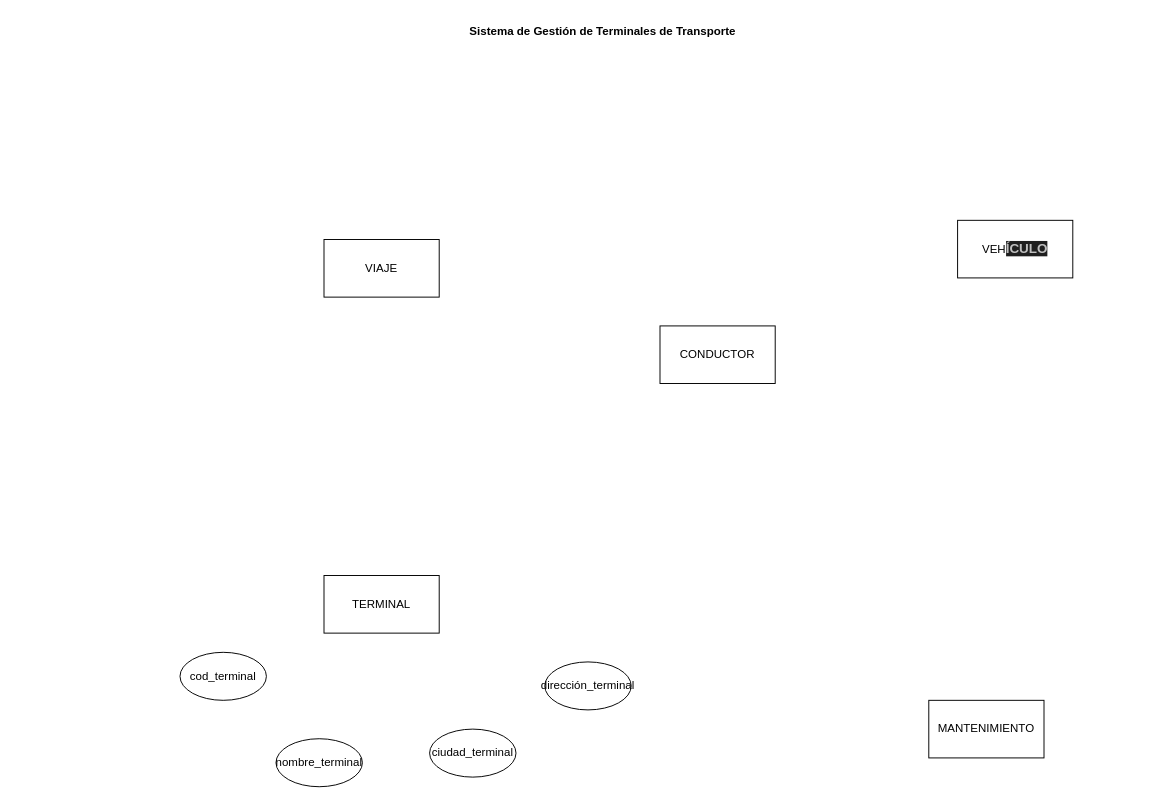
The draw.io diagram grafo.drawio in Vladimirjon/Proyecto_BDD, before the edit. Source tidied: cells renumbered, new cells numbered last; positions are measured from the earlier drawing's top-left corner, leaving out a move shared by most shapes. Both pictures are drawn from the tidied source at 96%, with x=0, y=0 at pixel (180, 16).
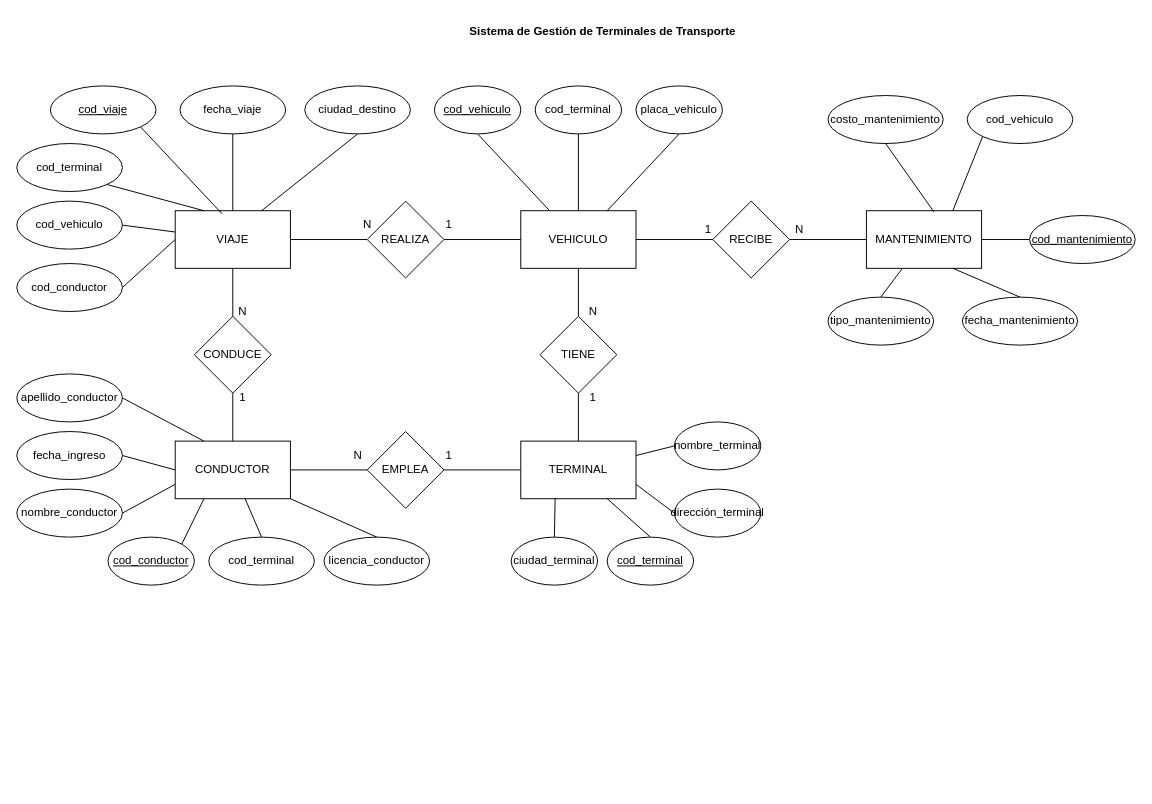
The same page after the edit.

Commit message:
Design terminal de buses, falta FK

The edit, as a diff of the source:
```diff
@@
+    <mxCell id="12" style="edgeStyle=none;html=1;exitX=0.5;exitY=1;exitDx=0;exitDy=0;entryX=0.5;entryY=0;entryDx=0;entryDy=0;endArrow=none;endFill=0;" parent="1" edge="1" source="3" target="59">
+      <mxGeometry relative="1" as="geometry" />
+    </mxCell>
+    <mxCell id="13" style="edgeStyle=none;html=1;exitX=1;exitY=0.5;exitDx=0;exitDy=0;entryX=0;entryY=0.5;entryDx=0;entryDy=0;endArrow=none;endFill=0;" parent="1" edge="1" source="3" target="61">
+      <mxGeometry relative="1" as="geometry" />
+    </mxCell>
-    <mxCell id="3" value="VEH&lt;span style=&quot;font-weight: bold; color: rgb(191, 191, 191); font-family: Arial, sans-serif; font-size: 14px; text-align: start; background-color: rgb(31, 31, 31);&quot;&gt;ÍCULO&lt;/span&gt;" style="rounded=0;whiteSpace=wrap;html=1;" parent="1" vertex="1">
-      <mxGeometry x="810" y="212" width="120" height="60" as="geometry" />
+    <mxCell id="3" value="VEHICULO" style="rounded=0;whiteSpace=wrap;html=1;" parent="1" vertex="1">
+      <mxGeometry x="355" y="202" width="120" height="60" as="geometry" />
     </mxCell>
+    <mxCell id="14" style="edgeStyle=none;html=1;exitX=0.5;exitY=0;exitDx=0;exitDy=0;entryX=0.5;entryY=1;entryDx=0;entryDy=0;endArrow=none;endFill=0;" parent="1" edge="1" source="4" target="59">
+      <mxGeometry relative="1" as="geometry" />
+    </mxCell>
+    <mxCell id="15" style="edgeStyle=none;html=1;exitX=0;exitY=0.5;exitDx=0;exitDy=0;entryX=1;entryY=0.5;entryDx=0;entryDy=0;endArrow=none;endFill=0;" parent="1" edge="1" source="4" target="60">
+      <mxGeometry relative="1" as="geometry" />
+    </mxCell>
     <mxCell id="4" value="TERMINAL" style="rounded=0;whiteSpace=wrap;html=1;" parent="1" vertex="1">
-      <mxGeometry x="150" y="582" width="120" height="60" as="geometry" />
+      <mxGeometry x="355" y="442" width="120" height="60" as="geometry" />
     </mxCell>
+    <mxCell id="16" style="edgeStyle=none;html=1;exitX=1;exitY=0.5;exitDx=0;exitDy=0;entryX=0;entryY=0.5;entryDx=0;entryDy=0;endArrow=none;endFill=0;" parent="1" edge="1" source="5" target="60">
+      <mxGeometry relative="1" as="geometry" />
+    </mxCell>
     <mxCell id="5" value="CONDUCTOR" style="rounded=0;whiteSpace=wrap;html=1;" parent="1" vertex="1">
-      <mxGeometry x="500" y="322" width="120" height="60" as="geometry" />
+      <mxGeometry x="-5" y="442" width="120" height="60" as="geometry" />
     </mxCell>
+    <mxCell id="17" style="edgeStyle=none;html=1;exitX=0.5;exitY=1;exitDx=0;exitDy=0;entryX=0.5;entryY=0;entryDx=0;entryDy=0;endArrow=none;endFill=0;" parent="1" edge="1" source="6" target="63">
+      <mxGeometry relative="1" as="geometry" />
+    </mxCell>
     <mxCell id="6" value="VIAJE" style="rounded=0;whiteSpace=wrap;html=1;" parent="1" vertex="1">
-      <mxGeometry x="150" y="232" width="120" height="60" as="geometry" />
+      <mxGeometry x="-5" y="202" width="120" height="60" as="geometry" />
     </mxCell>
+    <mxCell id="18" style="edgeStyle=none;html=1;exitX=0;exitY=0.5;exitDx=0;exitDy=0;entryX=1;entryY=0.5;entryDx=0;entryDy=0;endArrow=none;endFill=0;" parent="1" edge="1" source="7" target="61">
+      <mxGeometry relative="1" as="geometry" />
+    </mxCell>
     <mxCell id="7" value="MANTENIMIENTO" style="rounded=0;whiteSpace=wrap;html=1;" parent="1" vertex="1">
-      <mxGeometry x="780" y="712" width="120" height="60" as="geometry" />
+      <mxGeometry x="715" y="202" width="120" height="60" as="geometry" />
     </mxCell>
+    <mxCell id="19" style="edgeStyle=none;html=1;exitX=0.5;exitY=0;exitDx=0;exitDy=0;entryX=0.75;entryY=1;entryDx=0;entryDy=0;endArrow=none;endFill=0;" parent="1" edge="1" source="8" target="4">
+      <mxGeometry relative="1" as="geometry" />
+    </mxCell>
-    <mxCell id="8" value="cod_terminal" style="ellipse;whiteSpace=wrap;html=1;" parent="1" vertex="1">
-      <mxGeometry y="662" width="90" height="50" as="geometry" />
+    <mxCell id="8" value="&lt;u&gt;cod_terminal&lt;/u&gt;" style="ellipse;whiteSpace=wrap;html=1;" parent="1" vertex="1">
+      <mxGeometry x="445" y="542" width="90" height="50" as="geometry" />
     </mxCell>
+    <mxCell id="20" style="edgeStyle=none;html=1;exitX=0;exitY=0.5;exitDx=0;exitDy=0;entryX=1;entryY=0.25;entryDx=0;entryDy=0;endArrow=none;endFill=0;" parent="1" edge="1" source="9" target="4">
+      <mxGeometry relative="1" as="geometry" />
+    </mxCell>
     <mxCell id="9" value="nombre_terminal" style="ellipse;whiteSpace=wrap;html=1;" parent="1" vertex="1">
-      <mxGeometry x="100" y="752" width="90" height="50" as="geometry" />
+      <mxGeometry x="515" y="422" width="90" height="50" as="geometry" />
     </mxCell>
     <mxCell id="10" value="ciudad_terminal" style="ellipse;whiteSpace=wrap;html=1;" parent="1" vertex="1">
-      <mxGeometry x="260" y="742" width="90" height="50" as="geometry" />
+      <mxGeometry x="345" y="542" width="90" height="50" as="geometry" />
     </mxCell>
+    <mxCell id="21" style="edgeStyle=none;html=1;exitX=0;exitY=0.5;exitDx=0;exitDy=0;entryX=1;entryY=0.75;entryDx=0;entryDy=0;endArrow=none;endFill=0;" parent="1" edge="1" source="11" target="4">
+      <mxGeometry relative="1" as="geometry" />
+    </mxCell>
     <mxCell id="11" value="dirección_terminal" style="ellipse;whiteSpace=wrap;html=1;" parent="1" vertex="1">
-      <mxGeometry x="380" y="672" width="90" height="50" as="geometry" />
+      <mxGeometry x="515" y="492" width="90" height="50" as="geometry" />
     </mxCell>
+    <mxCell id="22" style="edgeStyle=none;html=1;exitX=0.5;exitY=1;exitDx=0;exitDy=0;entryX=0.25;entryY=0;entryDx=0;entryDy=0;endArrow=none;endFill=0;" parent="1" edge="1" source="23" target="3">
+      <mxGeometry relative="1" as="geometry" />
+    </mxCell>
+    <mxCell id="23" value="&lt;u&gt;cod_vehiculo&lt;/u&gt;" style="ellipse;whiteSpace=wrap;html=1;" parent="1" vertex="1">
+      <mxGeometry x="265" y="72" width="90" height="50" as="geometry" />
+    </mxCell>
+    <mxCell id="24" style="edgeStyle=none;html=1;exitX=0.5;exitY=1;exitDx=0;exitDy=0;entryX=0.75;entryY=0;entryDx=0;entryDy=0;endArrow=none;endFill=0;" parent="1" edge="1" source="25" target="3">
+      <mxGeometry relative="1" as="geometry" />
+    </mxCell>
+    <mxCell id="25" value="placa_vehiculo" style="ellipse;whiteSpace=wrap;html=1;" parent="1" vertex="1">
+      <mxGeometry x="475" y="72" width="90" height="50" as="geometry" />
+    </mxCell>
+    <mxCell id="26" style="edgeStyle=none;html=1;exitX=0.5;exitY=1;exitDx=0;exitDy=0;entryX=0.5;entryY=0;entryDx=0;entryDy=0;endArrow=none;endFill=0;" parent="1" edge="1" source="27" target="3">
+      <mxGeometry relative="1" as="geometry" />
+    </mxCell>
+    <mxCell id="27" value="&lt;div&gt;&lt;span style=&quot;background-color: transparent;&quot;&gt;cod_terminal&lt;/span&gt;&lt;/div&gt;" style="ellipse;whiteSpace=wrap;html=1;" parent="1" vertex="1">
+      <mxGeometry x="370" y="72" width="90" height="50" as="geometry" />
+    </mxCell>
+    <mxCell id="28" style="edgeStyle=none;html=1;exitX=1;exitY=0;exitDx=0;exitDy=0;entryX=0.25;entryY=1;entryDx=0;entryDy=0;endArrow=none;endFill=0;" parent="1" edge="1" source="29" target="5">
+      <mxGeometry relative="1" as="geometry" />
+    </mxCell>
+    <mxCell id="29" value="&lt;u&gt;cod_conductor&lt;/u&gt;" style="ellipse;whiteSpace=wrap;html=1;" parent="1" vertex="1">
+      <mxGeometry x="-75" y="542" width="90" height="50" as="geometry" />
+    </mxCell>
+    <mxCell id="30" style="edgeStyle=none;html=1;exitX=1;exitY=0.5;exitDx=0;exitDy=0;entryX=0;entryY=0.75;entryDx=0;entryDy=0;endArrow=none;endFill=0;" parent="1" edge="1" source="31" target="5">
+      <mxGeometry relative="1" as="geometry" />
+    </mxCell>
+    <mxCell id="31" value="nombre_conductor" style="ellipse;whiteSpace=wrap;html=1;" parent="1" vertex="1">
+      <mxGeometry x="-170" y="492" width="110" height="50" as="geometry" />
+    </mxCell>
+    <mxCell id="32" style="edgeStyle=none;html=1;exitX=1;exitY=0.5;exitDx=0;exitDy=0;entryX=0.25;entryY=0;entryDx=0;entryDy=0;endArrow=none;endFill=0;" parent="1" edge="1" source="33" target="5">
+      <mxGeometry relative="1" as="geometry" />
+    </mxCell>
+    <mxCell id="33" value="apellido_conductor" style="ellipse;whiteSpace=wrap;html=1;" parent="1" vertex="1">
+      <mxGeometry x="-170" y="372" width="110" height="50" as="geometry" />
+    </mxCell>
+    <mxCell id="34" style="edgeStyle=none;html=1;exitX=0.5;exitY=0;exitDx=0;exitDy=0;entryX=1;entryY=1;entryDx=0;entryDy=0;endArrow=none;endFill=0;" parent="1" edge="1" source="35" target="5">
+      <mxGeometry relative="1" as="geometry" />
+    </mxCell>
+    <mxCell id="35" value="licencia_conductor" style="ellipse;whiteSpace=wrap;html=1;" parent="1" vertex="1">
+      <mxGeometry x="150" y="542" width="110" height="50" as="geometry" />
+    </mxCell>
+    <mxCell id="36" style="edgeStyle=none;html=1;exitX=1;exitY=0.5;exitDx=0;exitDy=0;entryX=0;entryY=0.5;entryDx=0;entryDy=0;endArrow=none;endFill=0;" parent="1" edge="1" source="37" target="5">
+      <mxGeometry relative="1" as="geometry" />
+    </mxCell>
+    <mxCell id="37" value="fecha_ingreso" style="ellipse;whiteSpace=wrap;html=1;" parent="1" vertex="1">
+      <mxGeometry x="-170" y="432" width="110" height="50" as="geometry" />
+    </mxCell>
+    <mxCell id="38" style="edgeStyle=none;html=1;exitX=0.5;exitY=0;exitDx=0;exitDy=0;endArrow=none;endFill=0;" parent="1" edge="1" source="39" target="5">
+      <mxGeometry relative="1" as="geometry" />
+    </mxCell>
+    <mxCell id="39" value="cod_terminal" style="ellipse;whiteSpace=wrap;html=1;" parent="1" vertex="1">
+      <mxGeometry x="30" y="542" width="110" height="50" as="geometry" />
+    </mxCell>
+    <mxCell id="40" style="edgeStyle=none;html=1;exitX=1;exitY=1;exitDx=0;exitDy=0;entryX=0.25;entryY=0;entryDx=0;entryDy=0;endArrow=none;endFill=0;" parent="1" edge="1" source="41" target="6">
+      <mxGeometry relative="1" as="geometry" />
+    </mxCell>
+    <mxCell id="41" value="cod_terminal" style="ellipse;whiteSpace=wrap;html=1;" parent="1" vertex="1">
+      <mxGeometry x="-170" y="132" width="110" height="50" as="geometry" />
+    </mxCell>
+    <mxCell id="42" style="edgeStyle=none;html=1;exitX=0.5;exitY=1;exitDx=0;exitDy=0;entryX=0.5;entryY=0;entryDx=0;entryDy=0;endArrow=none;endFill=0;" parent="1" edge="1" source="43" target="6">
+      <mxGeometry relative="1" as="geometry" />
+    </mxCell>
+    <mxCell id="43" value="fecha_viaje" style="ellipse;whiteSpace=wrap;html=1;" parent="1" vertex="1">
+      <mxGeometry y="72" width="110" height="50" as="geometry" />
+    </mxCell>
+    <mxCell id="44" style="edgeStyle=none;html=1;exitX=0.5;exitY=1;exitDx=0;exitDy=0;entryX=0.75;entryY=0;entryDx=0;entryDy=0;endArrow=none;endFill=0;" parent="1" edge="1" source="45" target="6">
+      <mxGeometry relative="1" as="geometry" />
+    </mxCell>
+    <mxCell id="45" value="ciudad_destino" style="ellipse;whiteSpace=wrap;html=1;" parent="1" vertex="1">
+      <mxGeometry x="130" y="72" width="110" height="50" as="geometry" />
+    </mxCell>
+    <mxCell id="46" style="edgeStyle=none;html=1;exitX=1;exitY=0.5;exitDx=0;exitDy=0;endArrow=none;endFill=0;" parent="1" edge="1" source="47" target="6">
+      <mxGeometry relative="1" as="geometry" />
+    </mxCell>
+    <mxCell id="47" value="cod_vehiculo" style="ellipse;whiteSpace=wrap;html=1;" parent="1" vertex="1">
+      <mxGeometry x="-170" y="192" width="110" height="50" as="geometry" />
+    </mxCell>
+    <mxCell id="48" style="edgeStyle=none;html=1;exitX=1;exitY=0.5;exitDx=0;exitDy=0;entryX=0;entryY=0.5;entryDx=0;entryDy=0;endArrow=none;endFill=0;" parent="1" edge="1" source="49" target="6">
+      <mxGeometry relative="1" as="geometry" />
+    </mxCell>
+    <mxCell id="49" value="cod_conductor" style="ellipse;whiteSpace=wrap;html=1;" parent="1" vertex="1">
+      <mxGeometry x="-170" y="257" width="110" height="50" as="geometry" />
+    </mxCell>
+    <mxCell id="50" style="edgeStyle=none;html=1;exitX=0;exitY=0.5;exitDx=0;exitDy=0;entryX=1;entryY=0.5;entryDx=0;entryDy=0;endArrow=none;endFill=0;" parent="1" edge="1" source="51" target="7">
+      <mxGeometry relative="1" as="geometry" />
+    </mxCell>
+    <mxCell id="51" value="&lt;u&gt;cod_mantenimiento&lt;/u&gt;" style="ellipse;whiteSpace=wrap;html=1;" parent="1" vertex="1">
+      <mxGeometry x="885" y="207" width="110" height="50" as="geometry" />
+    </mxCell>
+    <mxCell id="52" style="edgeStyle=none;html=1;exitX=0.5;exitY=0;exitDx=0;exitDy=0;entryX=0.75;entryY=1;entryDx=0;entryDy=0;endArrow=none;endFill=0;" parent="1" edge="1" source="53" target="7">
+      <mxGeometry relative="1" as="geometry" />
+    </mxCell>
+    <mxCell id="53" value="fecha_mantenimiento" style="ellipse;whiteSpace=wrap;html=1;" parent="1" vertex="1">
+      <mxGeometry x="815" y="292" width="120" height="50" as="geometry" />
+    </mxCell>
+    <mxCell id="54" style="edgeStyle=none;html=1;exitX=0.5;exitY=0;exitDx=0;exitDy=0;endArrow=none;endFill=0;" parent="1" edge="1" source="55" target="7">
+      <mxGeometry relative="1" as="geometry" />
+    </mxCell>
+    <mxCell id="55" value="tipo_mantenimiento" style="ellipse;whiteSpace=wrap;html=1;" parent="1" vertex="1">
+      <mxGeometry x="675" y="292" width="110" height="50" as="geometry" />
+    </mxCell>
+    <mxCell id="56" value="costo_mantenimiento" style="ellipse;whiteSpace=wrap;html=1;" parent="1" vertex="1">
+      <mxGeometry x="675" y="82" width="120" height="50" as="geometry" />
+    </mxCell>
+    <mxCell id="57" style="edgeStyle=none;html=1;exitX=0;exitY=1;exitDx=0;exitDy=0;entryX=0.75;entryY=0;entryDx=0;entryDy=0;endArrow=none;endFill=0;" parent="1" edge="1" source="58" target="7">
+      <mxGeometry relative="1" as="geometry" />
+    </mxCell>
+    <mxCell id="58" value="cod_vehiculo" style="ellipse;whiteSpace=wrap;html=1;" parent="1" vertex="1">
+      <mxGeometry x="820" y="82" width="110" height="50" as="geometry" />
+    </mxCell>
+    <mxCell id="59" value="TIENE" style="rhombus;whiteSpace=wrap;html=1;" parent="1" vertex="1">
+      <mxGeometry x="375" y="312" width="80" height="80" as="geometry" />
+    </mxCell>
+    <mxCell id="60" value="EMPLEA" style="rhombus;whiteSpace=wrap;html=1;" parent="1" vertex="1">
+      <mxGeometry x="195" y="432" width="80" height="80" as="geometry" />
+    </mxCell>
+    <mxCell id="61" value="RECIBE" style="rhombus;whiteSpace=wrap;html=1;" parent="1" vertex="1">
+      <mxGeometry x="555" y="192" width="80" height="80" as="geometry" />
+    </mxCell>
+    <mxCell id="62" style="edgeStyle=none;html=1;exitX=0.5;exitY=1;exitDx=0;exitDy=0;entryX=0.5;entryY=0;entryDx=0;entryDy=0;endArrow=none;endFill=0;" parent="1" edge="1" source="63" target="5">
+      <mxGeometry relative="1" as="geometry" />
+    </mxCell>
+    <mxCell id="63" value="CONDUCE" style="rhombus;whiteSpace=wrap;html=1;" parent="1" vertex="1">
+      <mxGeometry x="15" y="312" width="80" height="80" as="geometry" />
+    </mxCell>
+    <mxCell id="64" style="edgeStyle=none;html=1;exitX=1;exitY=0.5;exitDx=0;exitDy=0;entryX=0;entryY=0.5;entryDx=0;entryDy=0;endArrow=none;endFill=0;" parent="1" edge="1" source="66" target="3">
+      <mxGeometry relative="1" as="geometry" />
+    </mxCell>
+    <mxCell id="65" style="edgeStyle=none;html=1;entryX=1;entryY=0.5;entryDx=0;entryDy=0;endArrow=none;endFill=0;" parent="1" edge="1" source="66" target="6">
+      <mxGeometry relative="1" as="geometry" />
+    </mxCell>
+    <mxCell id="66" value="REALIZA" style="rhombus;whiteSpace=wrap;html=1;" parent="1" vertex="1">
+      <mxGeometry x="195" y="192" width="80" height="80" as="geometry" />
+    </mxCell>
+    <mxCell id="67" style="edgeStyle=none;html=1;entryX=0.298;entryY=0.992;entryDx=0;entryDy=0;entryPerimeter=0;endArrow=none;endFill=0;" parent="1" edge="1" source="10" target="4">
+      <mxGeometry relative="1" as="geometry" />
+    </mxCell>
+    <mxCell id="68" style="edgeStyle=none;html=1;exitX=0.5;exitY=1;exitDx=0;exitDy=0;entryX=0.586;entryY=0.02;entryDx=0;entryDy=0;entryPerimeter=0;endArrow=none;endFill=0;" parent="1" edge="1" source="56" target="7">
+      <mxGeometry relative="1" as="geometry" />
+    </mxCell>
+    <mxCell id="69" value="&lt;u&gt;cod_viaje&lt;/u&gt;" style="ellipse;whiteSpace=wrap;html=1;" parent="1" vertex="1">
+      <mxGeometry x="-135" y="72" width="110" height="50" as="geometry" />
+    </mxCell>
+    <mxCell id="70" style="edgeStyle=none;html=1;exitX=1;exitY=1;exitDx=0;exitDy=0;entryX=0.407;entryY=0.054;entryDx=0;entryDy=0;entryPerimeter=0;endArrow=none;endFill=0;" parent="1" edge="1" source="69" target="6">
+      <mxGeometry relative="1" as="geometry" />
+    </mxCell>
+    <mxCell id="71" value="1" style="text;html=1;align=center;verticalAlign=middle;strokeColor=none;fillColor=none;" parent="1" vertex="1">
+      <mxGeometry x="415" y="382" width="30" height="30" as="geometry" />
+    </mxCell>
+    <mxCell id="72" value="N" style="text;html=1;align=center;verticalAlign=middle;strokeColor=none;fillColor=none;" parent="1" vertex="1">
+      <mxGeometry x="415" y="292" width="30" height="30" as="geometry" />
+    </mxCell>
+    <mxCell id="73" value="1" style="text;html=1;align=center;verticalAlign=middle;strokeColor=none;fillColor=none;" parent="1" vertex="1">
+      <mxGeometry x="535" y="207" width="30" height="30" as="geometry" />
+    </mxCell>
+    <mxCell id="74" value="N" style="text;html=1;align=center;verticalAlign=middle;strokeColor=none;fillColor=none;" parent="1" vertex="1">
+      <mxGeometry x="630" y="207" width="30" height="30" as="geometry" />
+    </mxCell>
+    <mxCell id="75" value="1" style="text;html=1;align=center;verticalAlign=middle;strokeColor=none;fillColor=none;" parent="1" vertex="1">
+      <mxGeometry x="265" y="442" width="30" height="30" as="geometry" />
+    </mxCell>
+    <mxCell id="76" value="N" style="text;html=1;align=center;verticalAlign=middle;strokeColor=none;fillColor=none;" parent="1" vertex="1">
+      <mxGeometry x="170" y="442" width="30" height="30" as="geometry" />
+    </mxCell>
+    <mxCell id="77" value="N" style="text;html=1;align=center;verticalAlign=middle;strokeColor=none;fillColor=none;" parent="1" vertex="1">
+      <mxGeometry x="50" y="292" width="30" height="30" as="geometry" />
+    </mxCell>
+    <mxCell id="78" value="1" style="text;html=1;align=center;verticalAlign=middle;strokeColor=none;fillColor=none;" parent="1" vertex="1">
+      <mxGeometry x="50" y="382" width="30" height="30" as="geometry" />
+    </mxCell>
+    <mxCell id="79" value="1" style="text;html=1;align=center;verticalAlign=middle;strokeColor=none;fillColor=none;" parent="1" vertex="1">
+      <mxGeometry x="265" y="202" width="30" height="30" as="geometry" />
+    </mxCell>
+    <mxCell id="80" value="N" style="text;html=1;align=center;verticalAlign=middle;strokeColor=none;fillColor=none;" parent="1" vertex="1">
+      <mxGeometry x="180" y="202" width="30" height="30" as="geometry" />
+    </mxCell>
```
